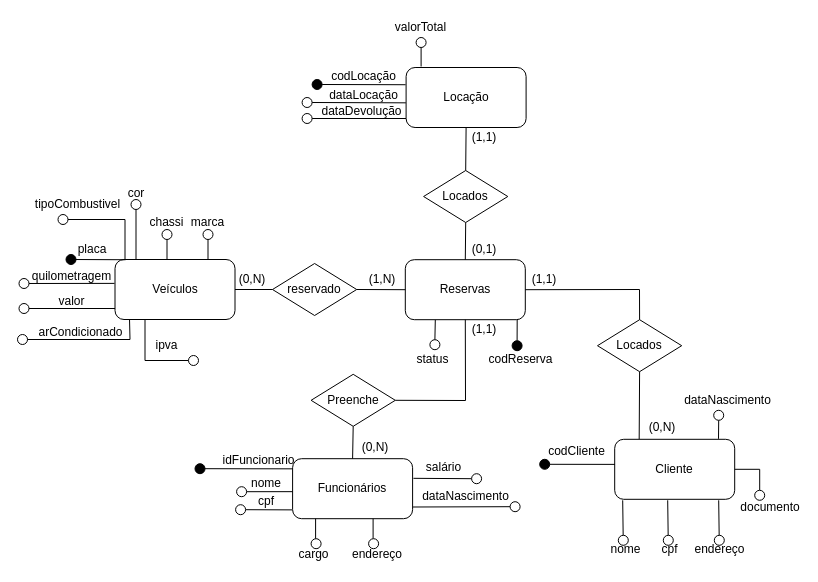
Above: img/modelo conceitual.drawio in equadras/LocadoraVeiculosAPI (draw.io), before the change. Source tidied: cells renumbered, new cells numbered last; positions are measured from the earlier drawing's top-left corner, leaving out a move shared by most shapes. Both pictures are drawn from the tidied source at 100%, with x=0, y=0 at pixel (17, 17).
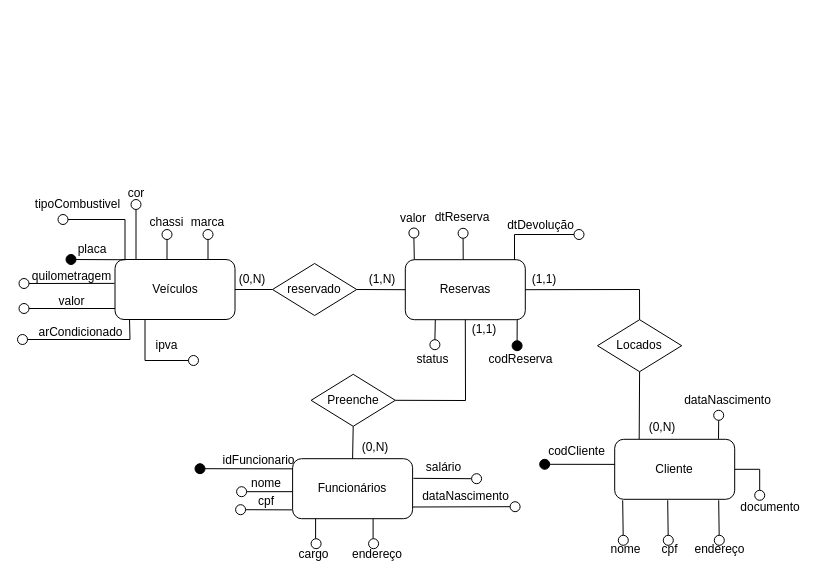
The same diagram, later.

The change refers to these unchanged cells:
```xml
<mxCell id="90" value="Reservas" style="rounded=1;whiteSpace=wrap;html=1;" parent="1" vertex="1">
  <mxGeometry x="387.8" y="242.2" width="120" height="60" as="geometry" />
</mxCell>
```

What changed in the source:
```diff
@@
-    <mxCell id="50" value="Locação" style="rounded=1;whiteSpace=wrap;html=1;" parent="1" vertex="1">
-      <mxGeometry x="388.6" y="50" width="120" height="60" as="geometry" />
-    </mxCell>
-    <mxCell id="51" style="ellipse;whiteSpace=wrap;html=1;fillStyle=solid;strokeColor=#000000;fillColor=#000000;" parent="1" vertex="1">
-      <mxGeometry x="294.6" y="62" width="10" height="10" as="geometry" />
-    </mxCell>
-    <mxCell id="52" style="endArrow=none;html=1;rounded=0;entryX=-0.004;entryY=0.287;entryDx=0;entryDy=0;entryPerimeter=0;" parent="1" edge="1" source="51" target="50">
-      <mxGeometry relative="1" as="geometry" />
-    </mxCell>
-    <mxCell id="53" value="codLocação" style="text;html=1;align=center;verticalAlign=middle;whiteSpace=wrap;rounded=0;" parent="1" vertex="1">
-      <mxGeometry x="309.4" y="49" width="74.5" height="20" as="geometry" />
-    </mxCell>
-    <mxCell id="54" style="endArrow=none;html=1;rounded=0;exitX=-0.002;exitY=0.589;exitDx=0;exitDy=0;exitPerimeter=0;entryX=1;entryY=0.5;entryDx=0;entryDy=0;" parent="1" edge="1" source="50" target="55">
-      <mxGeometry relative="1" as="geometry" />
-    </mxCell>
-    <mxCell id="55" style="ellipse;whiteSpace=wrap;html=1;" parent="1" vertex="1">
-      <mxGeometry x="284.6" y="80" width="10" height="10" as="geometry" />
-    </mxCell>
-    <mxCell id="56" value="dataLocação" style="text;html=1;align=center;verticalAlign=middle;whiteSpace=wrap;rounded=0;" parent="1" vertex="1">
-      <mxGeometry x="307.6" y="72" width="76.5" height="12" as="geometry" />
-    </mxCell>
-    <mxCell id="57" style="endArrow=none;html=1;rounded=0;exitX=-0.002;exitY=0.589;exitDx=0;exitDy=0;exitPerimeter=0;entryX=1;entryY=0.5;entryDx=0;entryDy=0;" parent="1" edge="1" target="58">
-      <mxGeometry relative="1" as="geometry">
-        <mxPoint x="388.6" y="101" as="sourcePoint" />
-      </mxGeometry>
-    </mxCell>
-    <mxCell id="58" style="ellipse;whiteSpace=wrap;html=1;" parent="1" vertex="1">
-      <mxGeometry x="284.6" y="96" width="10" height="10" as="geometry" />
-    </mxCell>
-    <mxCell id="59" value="dataDevolução" style="text;html=1;align=center;verticalAlign=middle;whiteSpace=wrap;rounded=0;" parent="1" vertex="1">
-      <mxGeometry x="300.6" y="88" width="86.5" height="12" as="geometry" />
-    </mxCell>
-    <mxCell id="60" value="valorTotal" style="text;html=1;align=center;verticalAlign=middle;whiteSpace=wrap;rounded=0;" parent="1" vertex="1">
-      <mxGeometry x="366.4" width="74.5" height="20" as="geometry" />
+    <mxCell id="60" value="valor" style="text;html=1;align=center;verticalAlign=middle;whiteSpace=wrap;rounded=0;" parent="1" vertex="1">
+      <mxGeometry x="379.2" y="193" width="34.4" height="15" as="geometry" />
     </mxCell>
-    <mxCell id="61" style="endArrow=none;html=1;rounded=0;" parent="1" edge="1">
-      <mxGeometry relative="1" as="geometry">
-        <mxPoint x="403.6" y="49" as="sourcePoint" />
-        <mxPoint x="403.6" y="30" as="targetPoint" />
-      </mxGeometry>
-    </mxCell>
-    <mxCell id="62" style="ellipse;whiteSpace=wrap;html=1;" parent="1" vertex="1">
-      <mxGeometry x="398.6" y="20" width="10" height="10" as="geometry" />
-    </mxCell>
@@
-    <mxCell id="96" value="Locados" style="rhombus;whiteSpace=wrap;html=1;" parent="1" vertex="1">
-      <mxGeometry x="406.1" y="153" width="84.2" height="52" as="geometry" />
-    </mxCell>
-    <mxCell id="97" style="endArrow=none;html=1;rounded=0;exitX=0.5;exitY=1;exitDx=0;exitDy=0;entryX=0.5;entryY=0;entryDx=0;entryDy=0;" parent="1" edge="1" source="50" target="96">
-      <mxGeometry relative="1" as="geometry" />
-    </mxCell>
@@
-    <mxCell id="108" style="endArrow=none;html=1;rounded=0;exitX=0.5;exitY=0;exitDx=0;exitDy=0;entryX=0.5;entryY=1;entryDx=0;entryDy=0;" parent="1" edge="1" source="90" target="96">
-      <mxGeometry relative="1" as="geometry" />
-    </mxCell>
-    <mxCell id="109" value="(1,1)" style="text;html=1;align=center;verticalAlign=middle;whiteSpace=wrap;rounded=0;" parent="1" vertex="1">
-      <mxGeometry x="447.9" y="110" width="38" height="20" as="geometry" />
-    </mxCell>
-    <mxCell id="110" value="(0,1)" style="text;html=1;align=center;verticalAlign=middle;whiteSpace=wrap;rounded=0;" parent="1" vertex="1">
-      <mxGeometry x="447.9" y="222" width="38" height="20" as="geometry" />
-    </mxCell>
+    <mxCell id="111" style="endArrow=none;html=1;rounded=0;exitX=0.25;exitY=0;exitDx=0;exitDy=0;entryX=0.5;entryY=1;entryDx=0;entryDy=0;" parent="1" edge="1" target="112">
+      <mxGeometry relative="1" as="geometry">
+        <mxPoint x="396.8" y="242.2" as="sourcePoint" />
+      </mxGeometry>
+    </mxCell>
+    <mxCell id="112" style="ellipse;whiteSpace=wrap;html=1;" parent="1" vertex="1">
+      <mxGeometry x="391.4" y="210.5" width="10" height="10" as="geometry" />
+    </mxCell>
+    <mxCell id="113" value="dtReserva" style="text;html=1;align=center;verticalAlign=middle;whiteSpace=wrap;rounded=0;" parent="1" vertex="1">
+      <mxGeometry x="428.4" y="192.2" width="34.4" height="15" as="geometry" />
+    </mxCell>
+    <mxCell id="114" style="endArrow=none;html=1;rounded=0;exitX=0.558;exitY=0;exitDx=0;exitDy=0;entryX=0.5;entryY=1;entryDx=0;entryDy=0;exitPerimeter=0;" parent="1" edge="1" target="115">
+      <mxGeometry relative="1" as="geometry">
+        <mxPoint x="445.7" y="242.2" as="sourcePoint" />
+      </mxGeometry>
+    </mxCell>
+    <mxCell id="115" style="ellipse;whiteSpace=wrap;html=1;" parent="1" vertex="1">
+      <mxGeometry x="440.6" y="210.8" width="10" height="10" as="geometry" />
+    </mxCell>
+    <mxCell id="116" style="endArrow=none;html=1;rounded=0;exitX=0.91;exitY=0.003;exitDx=0;exitDy=0;entryX=0;entryY=0.5;entryDx=0;entryDy=0;exitPerimeter=0;" parent="1" edge="1" source="90" target="117">
+      <mxGeometry relative="1" as="geometry">
+        <Array as="points">
+          <mxPoint x="497" y="217" />
+        </Array>
+      </mxGeometry>
+    </mxCell>
+    <mxCell id="117" style="ellipse;whiteSpace=wrap;html=1;" parent="1" vertex="1">
+      <mxGeometry x="556.5" y="212" width="10" height="10" as="geometry" />
+    </mxCell>
+    <mxCell id="118" value="dtDevolução" style="text;html=1;align=center;verticalAlign=middle;whiteSpace=wrap;rounded=0;" parent="1" vertex="1">
+      <mxGeometry x="480" y="202" width="86.5" height="12" as="geometry" />
+    </mxCell>
```
